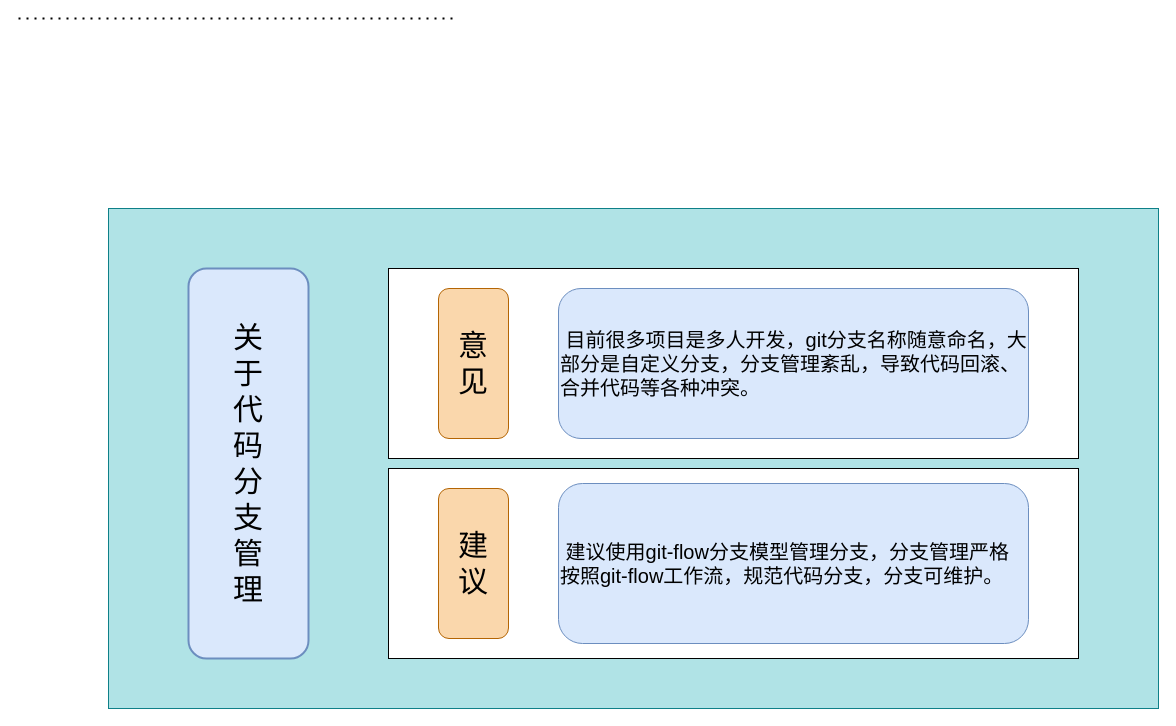
Earlier version of the draw.io diagram page "意见建议" (5 of 6) of 未命名绘图.drawio (magicgaorui/-). Source tidied: cells renumbered, new cells numbered last; positions are measured from the earlier drawing's top-left corner, leaving out a move shared by most shapes. Both pictures are drawn from the tidied source at 100%, with x=0, y=0 at pixel (18, 18).
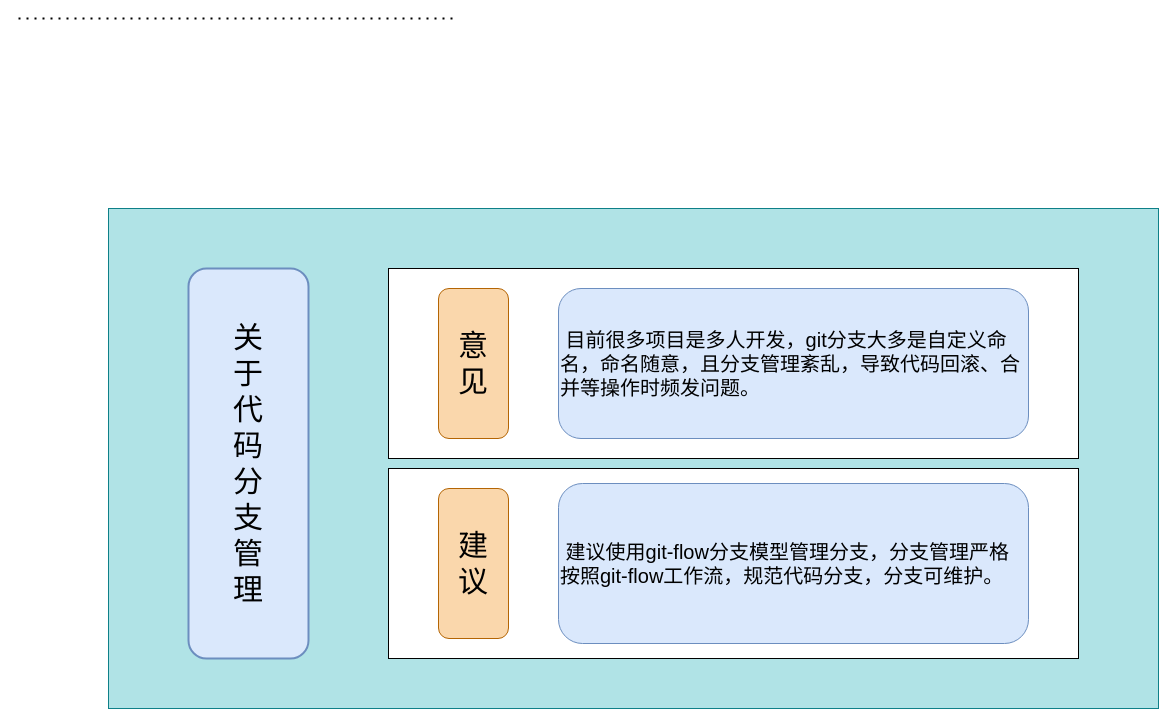
Above is the later version.

Commit message:
更新未命名绘图.drawio

The edit, as a diff of the source:
```diff
@@
 <mxGraphModel>
   <root>
     <mxCell id="0" />
     <mxCell id="1" parent="0" />
     <mxCell id="2" style="endArrow=none;dashed=1;html=1;dashPattern=1 3;strokeWidth=2;" parent="1" edge="1">
       <mxGeometry relative="1" as="geometry">
         <mxPoint as="sourcePoint" />
         <mxPoint x="440" as="targetPoint" />
       </mxGeometry>
     </mxCell>
     <mxCell id="3" style="rounded=0;whiteSpace=wrap;html=1;align=center;verticalAlign=middle;fillColor=#b0e3e6;strokeColor=#0e8088;" parent="1" vertex="1">
       <mxGeometry x="90" y="190" width="1050" height="500" as="geometry" />
     </mxCell>
     <mxCell id="4" style="rounded=0;whiteSpace=wrap;html=1;align=left;verticalAlign=middle;fontSize=22;gradientColor=#ffffff;" parent="1" vertex="1">
       <mxGeometry x="370" y="250" width="690" height="190" as="geometry" />
     </mxCell>
     <mxCell id="5" value="&lt;span style=&quot;font-size: 30px&quot;&gt;关&lt;br style=&quot;font-size: 30px&quot;&gt;于&lt;br style=&quot;font-size: 30px&quot;&gt;代&lt;br&gt;码&lt;br style=&quot;font-size: 30px&quot;&gt;分&lt;br&gt;支&lt;br style=&quot;font-size: 30px&quot;&gt;管&lt;br style=&quot;font-size: 30px&quot;&gt;理&lt;/span&gt;" style="rounded=1;whiteSpace=wrap;html=1;strokeWidth=2;fillWeight=4;hachureGap=8;hachureAngle=45;fillColor=#dae8fc;align=center;verticalAlign=middle;fontSize=30;strokeColor=#6c8ebf;" parent="1" vertex="1">
       <mxGeometry x="170" y="250" width="120" height="390" as="geometry" />
     </mxCell>
     <mxCell id="6" value="&lt;font style=&quot;font-size: 30px&quot;&gt;意&lt;br&gt;见&lt;/font&gt;" style="rounded=1;whiteSpace=wrap;html=1;align=center;verticalAlign=middle;fillColor=#fad7ac;strokeColor=#b46504;fontSize=22;" parent="1" vertex="1">
       <mxGeometry x="420" y="270" width="70" height="150" as="geometry" />
     </mxCell>
     <mxCell id="7" style="rounded=0;whiteSpace=wrap;html=1;align=left;verticalAlign=middle;fontSize=22;" parent="1" vertex="1">
       <mxGeometry x="370" y="450" width="690" height="190" as="geometry" />
     </mxCell>
     <mxCell id="8" value="建&lt;br style=&quot;font-size: 30px;&quot;&gt;议" style="rounded=1;whiteSpace=wrap;html=1;align=center;verticalAlign=middle;fillColor=#fad7ac;strokeColor=#b46504;fontSize=30;" parent="1" vertex="1">
       <mxGeometry x="420" y="470" width="70" height="150" as="geometry" />
     </mxCell>
-    <mxCell id="9" value="&lt;span style=&quot;white-space: pre&quot;&gt; &lt;/span&gt;目前很多项目是多人开发，git分支名称随意命名，大部分是自定义分支，分支管理紊乱，导致代码回滚、合并代码等各种冲突。" style="rounded=1;whiteSpace=wrap;html=1;fontSize=20;fillColor=#dae8fc;align=left;verticalAlign=middle;strokeColor=#6c8ebf;" parent="1" vertex="1">
+    <mxCell id="9" value="&lt;span style=&quot;white-space: pre&quot;&gt; &lt;/span&gt;目前很多项目是多人开发，git分支大多是自定义命名，命名随意，且分支管理紊乱，导致代码回滚、合并等操作时频发问题。" style="rounded=1;whiteSpace=wrap;html=1;fontSize=20;fillColor=#dae8fc;align=left;verticalAlign=middle;strokeColor=#6c8ebf;" parent="1" vertex="1">
       <mxGeometry x="540" y="270" width="470" height="150" as="geometry" />
     </mxCell>
     <mxCell id="10" value="&lt;span style=&quot;font-size: 20px&quot;&gt; &lt;/span&gt;&lt;span style=&quot;font-size: 20px&quot;&gt;&lt;span style=&quot;white-space: pre ; font-size: 20px&quot;&gt; &lt;/span&gt;建议使用git-flow分支模型管理分支，分支管理严格按照git-flow工作流，规范代码分支，分支可维护。&lt;/span&gt;" style="rounded=1;whiteSpace=wrap;html=1;fontSize=20;fillColor=#dae8fc;align=left;verticalAlign=middle;strokeColor=#6c8ebf;" parent="1" vertex="1">
       <mxGeometry x="540" y="465" width="470" height="160" as="geometry" />
     </mxCell>
   </root>
 </mxGraphModel>
```
